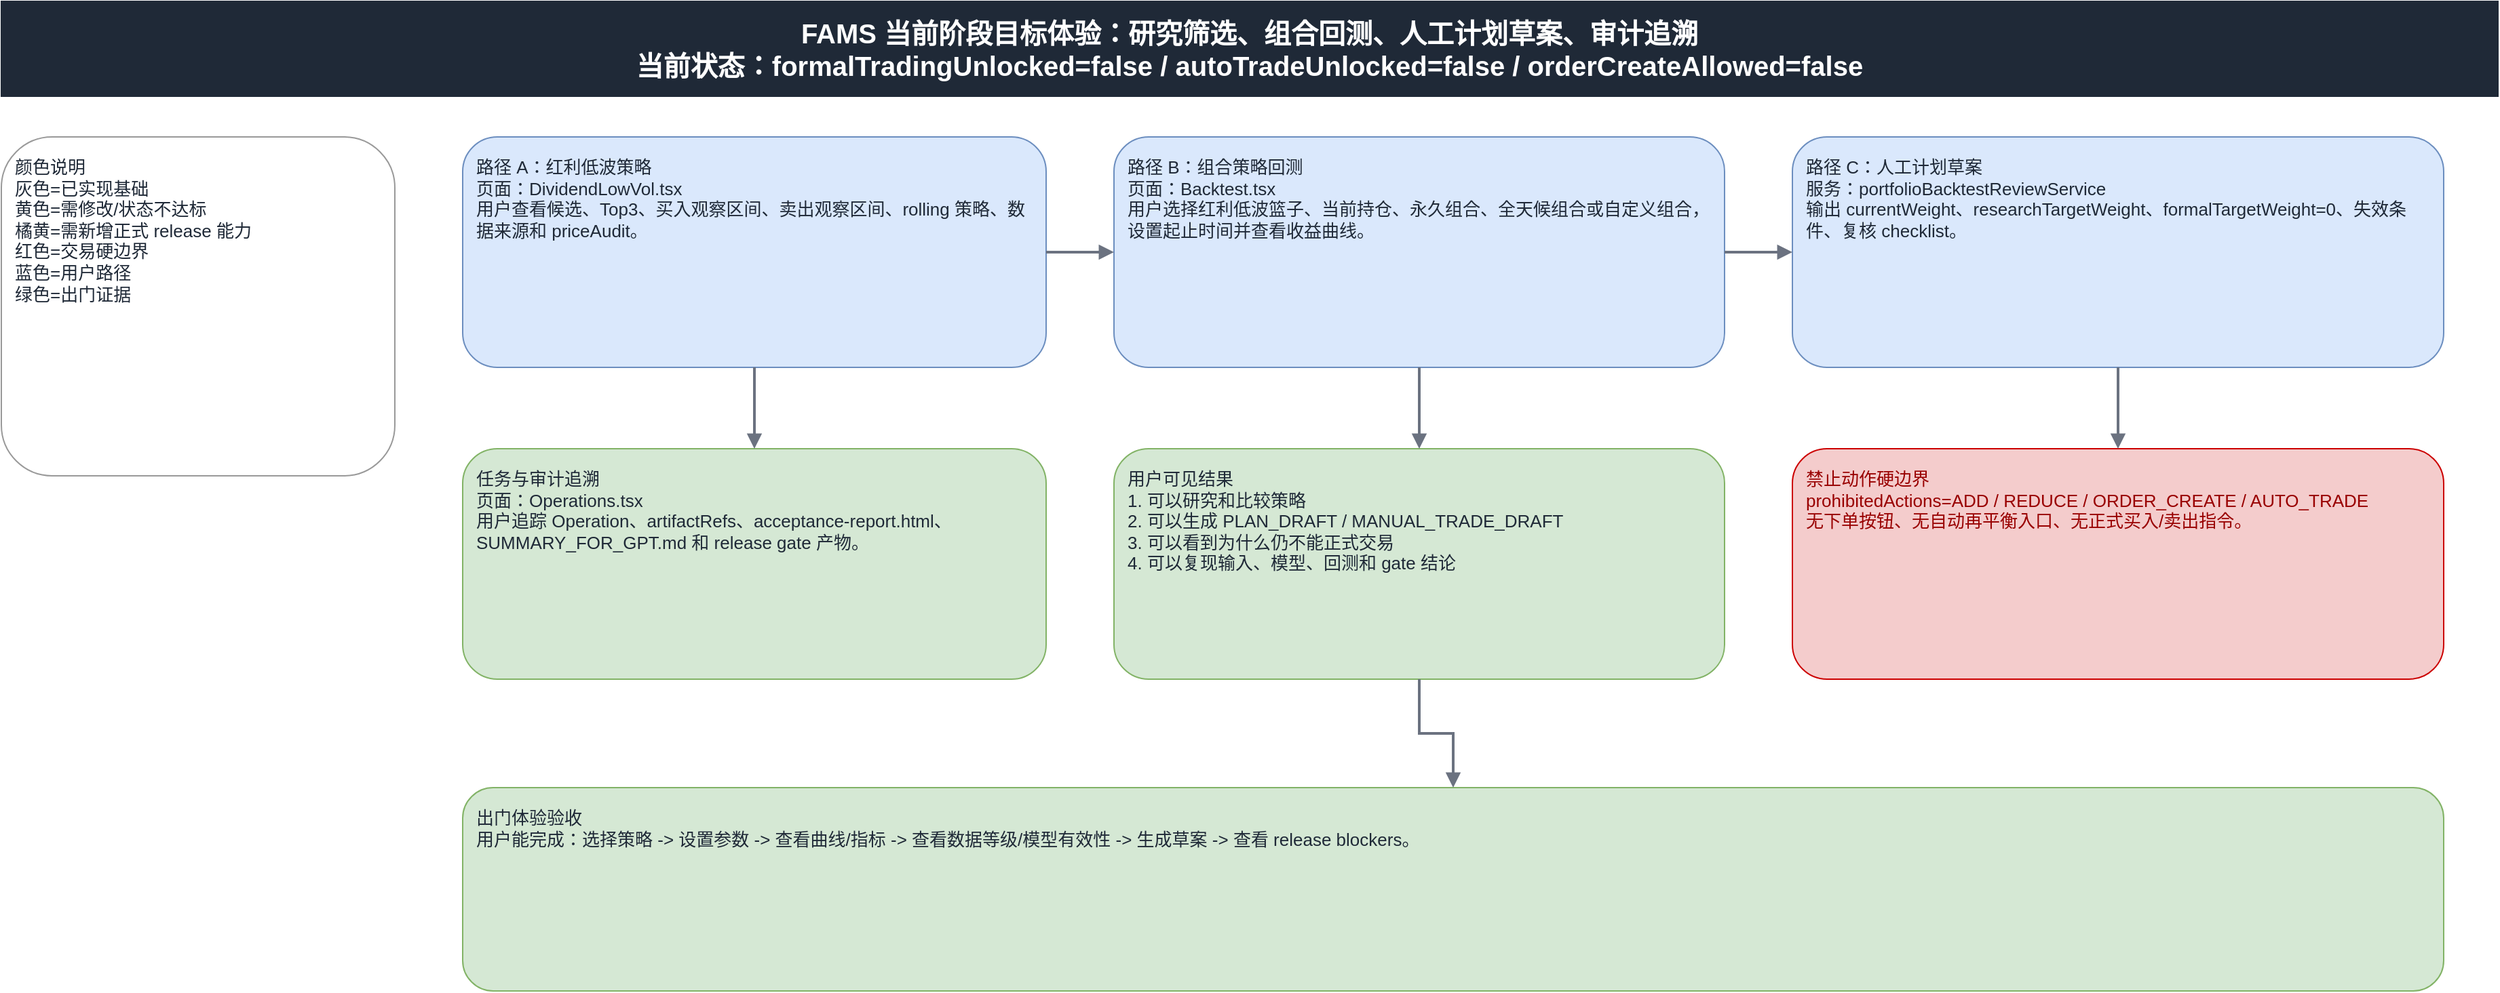
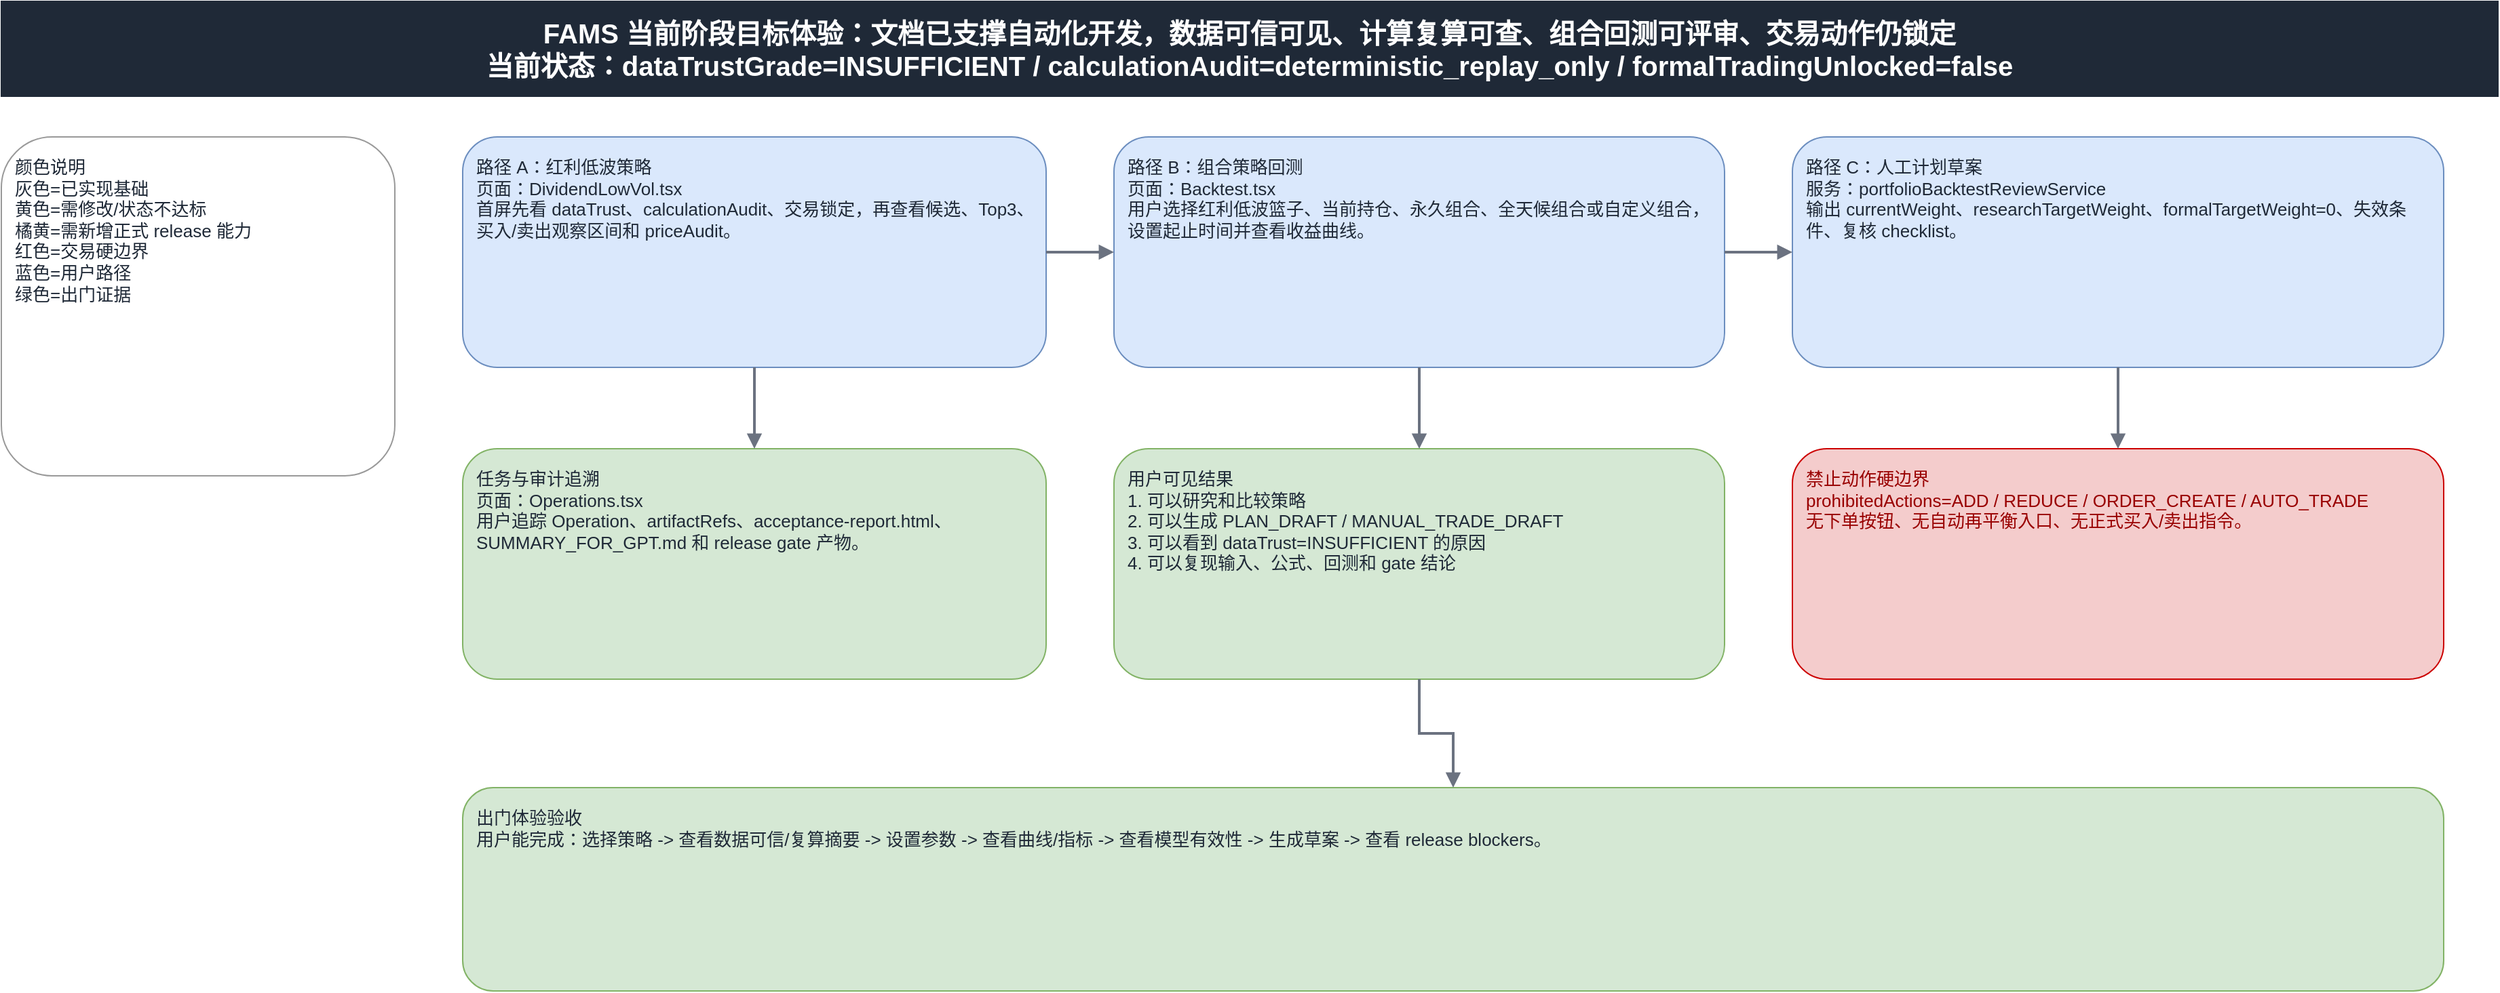
<mxfile host="Electron" agent="Codex" pages="7">
  <diagram id="01 目标体验与用户路径" name="01 目标体验与用户路径">
    <mxGraphModel dx="1600" dy="900" grid="1" gridSize="10" guides="1" tooltips="1" connect="1" arrows="1" fold="1" page="1" pageScale="1" pageWidth="1920" pageHeight="1080" math="0" shadow="0">
      <root>
        <mxCell id="0" />
        <mxCell id="1" parent="0" />
-         <mxCell id="01-2" value="FAMS 当前阶段目标体验：研究筛选、组合回测、人工计划草案、审计追溯&#xa;当前状态：formalTradingUnlocked=false / autoTradeUnlocked=false / orderCreateAllowed=false" style="rounded=0;whiteSpace=wrap;html=1;fillColor=#1f2937;strokeColor=#1f2937;fontColor=#ffffff;fontStyle=1;fontSize=20;align=center;verticalAlign=middle;" vertex="1" parent="1">
+         <mxCell id="01-2" value="FAMS 当前阶段目标体验：文档已支撑自动化开发，数据可信可见、计算复算可查、组合回测可评审、交易动作仍锁定&#xa;当前状态：dataTrustGrade=INSUFFICIENT / calculationAudit=deterministic_replay_only / formalTradingUnlocked=false" style="rounded=0;whiteSpace=wrap;html=1;fillColor=#1f2937;strokeColor=#1f2937;fontColor=#ffffff;fontStyle=1;fontSize=20;align=center;verticalAlign=middle;" vertex="1" parent="1">
          <mxGeometry x="40" y="30" width="1840" height="70" as="geometry" />
        </mxCell>
        <mxCell id="01-3" value="颜色说明&#xa;灰色=已实现基础&#xa;黄色=需修改/状态不达标&#xa;橘黄=需新增正式 release 能力&#xa;红色=交易硬边界&#xa;蓝色=用户路径&#xa;绿色=出门证据" style="rounded=1;whiteSpace=wrap;html=1;spacing=10;fontSize=13;align=left;verticalAlign=top;fillColor=#ffffff;strokeColor=#999999;fontColor=#1f2937;" vertex="1" parent="1">
          <mxGeometry x="40" y="130" width="290" height="250" as="geometry" />
        </mxCell>
-         <mxCell id="01-4" value="路径 A：红利低波策略&#xa;页面：DividendLowVol.tsx&#xa;用户查看候选、Top3、买入观察区间、卖出观察区间、rolling 策略、数据来源和 priceAudit。" style="rounded=1;whiteSpace=wrap;html=1;spacing=10;fontSize=13;align=left;verticalAlign=top;fillColor=#dae8fc;strokeColor=#6c8ebf;fontColor=#1f2937;" vertex="1" parent="1">
+         <mxCell id="01-4" value="路径 A：红利低波策略&#xa;页面：DividendLowVol.tsx&#xa;首屏先看 dataTrust、calculationAudit、交易锁定，再查看候选、Top3、买入/卖出观察区间和 priceAudit。" style="rounded=1;whiteSpace=wrap;html=1;spacing=10;fontSize=13;align=left;verticalAlign=top;fillColor=#dae8fc;strokeColor=#6c8ebf;fontColor=#1f2937;" vertex="1" parent="1">
          <mxGeometry x="380" y="130" width="430" height="170" as="geometry" />
        </mxCell>
        <mxCell id="01-5" value="路径 B：组合策略回测&#xa;页面：Backtest.tsx&#xa;用户选择红利低波篮子、当前持仓、永久组合、全天候组合或自定义组合，设置起止时间并查看收益曲线。" style="rounded=1;whiteSpace=wrap;html=1;spacing=10;fontSize=13;align=left;verticalAlign=top;fillColor=#dae8fc;strokeColor=#6c8ebf;fontColor=#1f2937;" vertex="1" parent="1">
          <mxGeometry x="860" y="130" width="450" height="170" as="geometry" />
        </mxCell>
        <mxCell id="01-6" value="路径 C：人工计划草案&#xa;服务：portfolioBacktestReviewService&#xa;输出 currentWeight、researchTargetWeight、formalTargetWeight=0、失效条件、复核 checklist。" style="rounded=1;whiteSpace=wrap;html=1;spacing=10;fontSize=13;align=left;verticalAlign=top;fillColor=#dae8fc;strokeColor=#6c8ebf;fontColor=#1f2937;" vertex="1" parent="1">
          <mxGeometry x="1360" y="130" width="480" height="170" as="geometry" />
        </mxCell>
        <mxCell id="01-7" value="任务与审计追溯&#xa;页面：Operations.tsx&#xa;用户追踪 Operation、artifactRefs、acceptance-report.html、SUMMARY_FOR_GPT.md 和 release gate 产物。" style="rounded=1;whiteSpace=wrap;html=1;spacing=10;fontSize=13;align=left;verticalAlign=top;fillColor=#d5e8d4;strokeColor=#82b366;fontColor=#1f2937;" vertex="1" parent="1">
          <mxGeometry x="380" y="360" width="430" height="170" as="geometry" />
        </mxCell>
-         <mxCell id="01-8" value="用户可见结果&#xa;1. 可以研究和比较策略&#xa;2. 可以生成 PLAN_DRAFT / MANUAL_TRADE_DRAFT&#xa;3. 可以看到为什么仍不能正式交易&#xa;4. 可以复现输入、模型、回测和 gate 结论" style="rounded=1;whiteSpace=wrap;html=1;spacing=10;fontSize=13;align=left;verticalAlign=top;fillColor=#d5e8d4;strokeColor=#82b366;fontColor=#1f2937;" vertex="1" parent="1">
+         <mxCell id="01-8" value="用户可见结果&#xa;1. 可以研究和比较策略&#xa;2. 可以生成 PLAN_DRAFT / MANUAL_TRADE_DRAFT&#xa;3. 可以看到 dataTrust=INSUFFICIENT 的原因&#xa;4. 可以复现输入、公式、回测和 gate 结论" style="rounded=1;whiteSpace=wrap;html=1;spacing=10;fontSize=13;align=left;verticalAlign=top;fillColor=#d5e8d4;strokeColor=#82b366;fontColor=#1f2937;" vertex="1" parent="1">
          <mxGeometry x="860" y="360" width="450" height="170" as="geometry" />
        </mxCell>
        <mxCell id="01-9" value="禁止动作硬边界&#xa;prohibitedActions=ADD / REDUCE / ORDER_CREATE / AUTO_TRADE&#xa;无下单按钮、无自动再平衡入口、无正式买入/卖出指令。" style="rounded=1;whiteSpace=wrap;html=1;spacing=10;fontSize=13;align=left;verticalAlign=top;fillColor=#f4cccc;strokeColor=#cc0000;fontColor=#990000;" vertex="1" parent="1">
          <mxGeometry x="1360" y="360" width="480" height="170" as="geometry" />
        </mxCell>
-         <mxCell id="01-10" value="出门体验验收&#xa;用户能完成：选择策略 -&gt; 设置参数 -&gt; 查看曲线/指标 -&gt; 查看数据等级/模型有效性 -&gt; 生成草案 -&gt; 查看 release blockers。" style="rounded=1;whiteSpace=wrap;html=1;spacing=10;fontSize=13;align=left;verticalAlign=top;fillColor=#d5e8d4;strokeColor=#82b366;fontColor=#1f2937;" vertex="1" parent="1">
+         <mxCell id="01-10" value="出门体验验收&#xa;用户能完成：选择策略 -&gt; 查看数据可信/复算摘要 -&gt; 设置参数 -&gt; 查看曲线/指标 -&gt; 查看模型有效性 -&gt; 生成草案 -&gt; 查看 release blockers。" style="rounded=1;whiteSpace=wrap;html=1;spacing=10;fontSize=13;align=left;verticalAlign=top;fillColor=#d5e8d4;strokeColor=#82b366;fontColor=#1f2937;" vertex="1" parent="1">
          <mxGeometry x="380" y="610" width="1460" height="150" as="geometry" />
        </mxCell>
        <mxCell id="01-e11" value="" style="edgeStyle=orthogonalEdgeStyle;rounded=0;orthogonalLoop=1;jettySize=auto;html=1;strokeColor=#6b7280;strokeWidth=2;endArrow=block;endFill=1;" edge="1" parent="1" source="01-4" target="01-5">
          <mxGeometry relative="1" as="geometry" />
        </mxCell>
        <mxCell id="01-e12" value="" style="edgeStyle=orthogonalEdgeStyle;rounded=0;orthogonalLoop=1;jettySize=auto;html=1;strokeColor=#6b7280;strokeWidth=2;endArrow=block;endFill=1;" edge="1" parent="1" source="01-5" target="01-6">
          <mxGeometry relative="1" as="geometry" />
        </mxCell>
        <mxCell id="01-e13" value="" style="edgeStyle=orthogonalEdgeStyle;rounded=0;orthogonalLoop=1;jettySize=auto;html=1;strokeColor=#6b7280;strokeWidth=2;endArrow=block;endFill=1;" edge="1" parent="1" source="01-6" target="01-9">
          <mxGeometry relative="1" as="geometry" />
        </mxCell>
        <mxCell id="01-e14" value="" style="edgeStyle=orthogonalEdgeStyle;rounded=0;orthogonalLoop=1;jettySize=auto;html=1;strokeColor=#6b7280;strokeWidth=2;endArrow=block;endFill=1;" edge="1" parent="1" source="01-4" target="01-7">
          <mxGeometry relative="1" as="geometry" />
        </mxCell>
        <mxCell id="01-e15" value="" style="edgeStyle=orthogonalEdgeStyle;rounded=0;orthogonalLoop=1;jettySize=auto;html=1;strokeColor=#6b7280;strokeWidth=2;endArrow=block;endFill=1;" edge="1" parent="1" source="01-5" target="01-8">
          <mxGeometry relative="1" as="geometry" />
        </mxCell>
        <mxCell id="01-e16" value="" style="edgeStyle=orthogonalEdgeStyle;rounded=0;orthogonalLoop=1;jettySize=auto;html=1;strokeColor=#6b7280;strokeWidth=2;endArrow=block;endFill=1;" edge="1" parent="1" source="01-8" target="01-10">
          <mxGeometry relative="1" as="geometry" />
        </mxCell>
      </root>
    </mxGraphModel>
  </diagram>
  <diagram id="02 当前架构与目标架构差异" name="02 当前架构与目标架构差异">
    <mxGraphModel dx="1945" dy="991" grid="1" gridSize="10" guides="1" tooltips="1" connect="1" arrows="1" fold="1" page="1" pageScale="1" pageWidth="1920" pageHeight="1080" math="0" shadow="0">
      <root>
        <mxCell id="0" />
        <mxCell id="1" parent="0" />
-         <mxCell id="02-2" parent="1" style="rounded=0;whiteSpace=wrap;html=1;fillColor=#1f2937;strokeColor=#1f2937;fontColor=#ffffff;fontStyle=1;fontSize=20;align=center;verticalAlign=middle;" value="当前架构与目标架构差异：按真实实现实体展示演进路径与交易硬边界" vertex="1">
+         <mxCell id="02-2" parent="1" style="rounded=0;whiteSpace=wrap;html=1;fillColor=#1f2937;strokeColor=#1f2937;fontColor=#ffffff;fontStyle=1;fontSize=20;align=center;verticalAlign=middle;" value="当前架构与目标架构差异：真实实现实体、数据可信、计算复算、交易硬边界" vertex="1">
          <mxGeometry height="70" width="1840" x="40" y="30" as="geometry" />
        </mxCell>
        <mxCell id="02-legend" parent="1" style="rounded=1;whiteSpace=wrap;html=1;spacing=8;fontSize=11;align=left;verticalAlign=top;fillColor=#ffffff;strokeColor=#999999;fontColor=#1f2937;" value="颜色：灰=已实现基础｜黄=需修改/补齐｜橘=目标新增｜红=禁止绕过｜绿=用户可见出门效果" vertex="1">
          <mxGeometry height="42" width="1800" x="60" y="115" as="geometry" />
        </mxCell>
        <mxCell id="02-h1" parent="1" style="rounded=1;whiteSpace=wrap;html=1;spacing=8;fontSize=14;fontStyle=1;align=center;verticalAlign=middle;fillColor=#f5f5f5;strokeColor=#666666;fontColor=#1f2937;" value="当前已实现&#xa;Current" vertex="1">
          <mxGeometry height="56" width="330" x="60" y="170" as="geometry" />
        </mxCell>
        <mxCell id="02-h2" parent="1" style="rounded=1;whiteSpace=wrap;html=1;spacing=8;fontSize=14;fontStyle=1;align=center;verticalAlign=middle;fillColor=#fff2cc;strokeColor=#d6b656;fontColor=#1f2937;" value="需修改/补齐&#xa;Change" vertex="1">
          <mxGeometry height="56" width="330" x="455" y="170" as="geometry" />
        </mxCell>
        <mxCell id="02-h3" parent="1" style="rounded=1;whiteSpace=wrap;html=1;spacing=8;fontSize=14;fontStyle=1;align=center;verticalAlign=middle;fillColor=#ffe6cc;strokeColor=#d79b00;fontColor=#1f2937;" value="目标新增能力&#xa;Target" vertex="1">
          <mxGeometry height="56" width="330" x="850" y="170" as="geometry" />
        </mxCell>
        <mxCell id="02-h4" parent="1" style="rounded=1;whiteSpace=wrap;html=1;spacing=8;fontSize=14;fontStyle=1;align=center;verticalAlign=middle;fillColor=#f4cccc;strokeColor=#cc0000;fontColor=#990000;" value="不可绕过边界&#xa;Boundary" vertex="1">
          <mxGeometry height="56" width="330" x="1245" y="170" as="geometry" />
        </mxCell>
        <mxCell id="02-h5" parent="1" style="rounded=1;whiteSpace=wrap;html=1;spacing=8;fontSize=14;fontStyle=1;align=center;verticalAlign=middle;fillColor=#d5e8d4;strokeColor=#82b366;fontColor=#1f2937;" value="用户出门体验&#xa;Outcome" vertex="1">
          <mxGeometry height="56" width="220" x="1640" y="170" as="geometry" />
        </mxCell>
        <mxCell id="02-front-c" parent="1" style="rounded=1;whiteSpace=wrap;html=1;spacing=8;fontSize=11;align=left;verticalAlign=top;fillColor=#f5f5f5;strokeColor=#666666;fontColor=#1f2937;" value="前端页面&#xa;DividendLowVol.tsx&#xa;Backtest.tsx&#xa;Operations.tsx&#xa;Analysis.tsx" vertex="1">
          <mxGeometry height="105" width="330" x="60" y="240" as="geometry" />
        </mxCell>
-         <mxCell id="02-front-m" parent="1" style="rounded=1;whiteSpace=wrap;html=1;spacing=8;fontSize=11;align=left;verticalAlign=top;fillColor=#fff2cc;strokeColor=#d6b656;fontColor=#1f2937;" value="前端展示补齐&#xa;1年/3年/5年/自定义区间&#xa;dataGrade / modelEffectiveness&#xa;manualPlanDraft / blockers&#xa;priceAudit freshness" vertex="1">
+         <mxCell id="02-front-m" parent="1" style="rounded=1;whiteSpace=wrap;html=1;spacing=8;fontSize=11;align=left;verticalAlign=top;fillColor=#fff2cc;strokeColor=#d6b656;fontColor=#1f2937;" value="前端展示补齐&#xa;首屏摘要：dataTrust / calculationAudit&#xa;1年/3年/5年/自定义区间&#xa;modelEffectiveness / blockers&#xa;priceAudit freshness" vertex="1">
          <mxGeometry height="105" width="330" x="455" y="240" as="geometry" />
        </mxCell>
        <mxCell id="02-front-t" parent="1" style="rounded=1;whiteSpace=wrap;html=1;spacing=8;fontSize=11;align=left;verticalAlign=top;fillColor=#ffe6cc;strokeColor=#d79b00;fontColor=#1f2937;" value="长周期回测与正式评审摘要区&#xa;Backtest 多区间曲线&#xa;DividendLowVol provider/benchmark 状态&#xa;Operations audit package 入口" vertex="1">
          <mxGeometry height="105" width="330" x="850" y="240" as="geometry" />
        </mxCell>
        <mxCell id="02-front-b" parent="1" style="rounded=1;whiteSpace=wrap;html=1;spacing=8;fontSize=11;align=left;verticalAlign=top;fillColor=#f4cccc;strokeColor=#cc0000;fontColor=#990000;" value="无下单按钮&#xa;无自动再平衡入口&#xa;无正式买入/卖出文案" vertex="1">
          <mxGeometry height="105" width="330" x="1245" y="240" as="geometry" />
        </mxCell>
-         <mxCell id="02-front-o" parent="1" style="rounded=1;whiteSpace=wrap;html=1;spacing=8;fontSize=11;align=left;verticalAlign=top;fillColor=#d5e8d4;strokeColor=#82b366;fontColor=#1f2937;" value="用户看到候选、1/3/5年曲线、区间、数据等级、验证状态和阻断原因" vertex="1">
+         <mxCell id="02-front-o" parent="1" style="rounded=1;whiteSpace=wrap;html=1;spacing=8;fontSize=11;align=left;verticalAlign=top;fillColor=#d5e8d4;strokeColor=#82b366;fontColor=#1f2937;" value="用户看到候选、曲线、区间、数据可信、复算状态、验证状态和阻断原因" vertex="1">
          <mxGeometry height="105" width="220" x="1640" y="240" as="geometry" />
        </mxCell>
        <mxCell id="02-e-front-1" edge="1" parent="1" source="02-front-c" style="edgeStyle=orthogonalEdgeStyle;rounded=0;orthogonalLoop=1;jettySize=auto;html=1;strokeColor=#6b7280;strokeWidth=2;endArrow=block;endFill=1;" target="02-front-m" value="演进">
          <mxGeometry relative="1" as="geometry" />
        </mxCell>
        <mxCell id="02-e-front-2" edge="1" parent="1" source="02-front-m" style="edgeStyle=orthogonalEdgeStyle;rounded=0;orthogonalLoop=1;jettySize=auto;html=1;strokeColor=#6b7280;strokeWidth=2;endArrow=block;endFill=1;" target="02-front-t" value="补齐">
          <mxGeometry relative="1" as="geometry" />
        </mxCell>
        <mxCell id="02-e-front-3" edge="1" parent="1" source="02-front-t" style="edgeStyle=orthogonalEdgeStyle;rounded=0;orthogonalLoop=1;jettySize=auto;html=1;strokeColor=#b45309;strokeWidth=2;dashed=1;endArrow=block;endFill=1;" target="02-front-b" value="受控">
          <mxGeometry relative="1" as="geometry" />
        </mxCell>
        <mxCell id="02-e-front-4" edge="1" parent="1" source="02-front-b" style="edgeStyle=orthogonalEdgeStyle;rounded=0;orthogonalLoop=1;jettySize=auto;html=1;strokeColor=#6b7280;strokeWidth=2;endArrow=block;endFill=1;" target="02-front-o" value="展示">
          <mxGeometry relative="1" as="geometry" />
        </mxCell>
        <mxCell id="02-api-c" parent="1" style="rounded=1;whiteSpace=wrap;html=1;spacing=8;fontSize=11;align=left;verticalAlign=top;fillColor=#f5f5f5;strokeColor=#666666;fontColor=#1f2937;" value="API 路由&#xa;strategy.ts&#xa;portfolioBacktest.ts&#xa;operation.ts&#xa;analysis/fivd-r routes" vertex="1">
          <mxGeometry height="105" width="330" x="60" y="355" as="geometry" />
        </mxCell>
-         <mxCell id="02-api-m" parent="1" style="rounded=1;whiteSpace=wrap;html=1;spacing=8;fontSize=11;align=left;verticalAlign=top;fillColor=#fff2cc;strokeColor=#d6b656;fontColor=#1f2937;" value="响应契约补齐&#xa;readinessSummary&#xa;releaseGateAudit&#xa;canCreateOrder=false" vertex="1">
+         <mxCell id="02-api-m" parent="1" style="rounded=1;whiteSpace=wrap;html=1;spacing=8;fontSize=11;align=left;verticalAlign=top;fillColor=#fff2cc;strokeColor=#d6b656;fontColor=#1f2937;" value="响应契约补齐&#xa;readinessSummary&#xa;dataTrust / calculationAudit&#xa;releaseGateAudit&#xa;canCreateOrder=false" vertex="1">
          <mxGeometry height="105" width="330" x="455" y="355" as="geometry" />
        </mxCell>
        <mxCell id="02-api-t" parent="1" style="rounded=1;whiteSpace=wrap;html=1;spacing=8;fontSize=11;align=left;verticalAlign=top;fillColor=#ffe6cc;strokeColor=#d79b00;fontColor=#1f2937;" value="Release review API 契约&#xa;provider/benchmark/validation/signoff 状态聚合&#xa;artifactRefs 可追溯" vertex="1">
          <mxGeometry height="105" width="330" x="850" y="355" as="geometry" />
        </mxCell>
        <mxCell id="02-api-b" parent="1" style="rounded=1;whiteSpace=wrap;html=1;spacing=8;fontSize=11;align=left;verticalAlign=top;fillColor=#f4cccc;strokeColor=#cc0000;fontColor=#990000;" value="/reviews 只保存审计&#xa;不得创建 ORDER_CREATE&#xa;不得绕过 operation artifact" vertex="1">
          <mxGeometry height="105" width="330" x="1245" y="355" as="geometry" />
        </mxCell>
        <mxCell id="02-api-o" parent="1" style="rounded=1;whiteSpace=wrap;html=1;spacing=8;fontSize=11;align=left;verticalAlign=top;fillColor=#d5e8d4;strokeColor=#82b366;fontColor=#1f2937;" value="用户每次回测和草案都有可追溯结果" vertex="1">
          <mxGeometry height="105" width="220" x="1640" y="355" as="geometry" />
        </mxCell>
        <mxCell id="02-e-api-1" edge="1" parent="1" source="02-api-c" style="edgeStyle=orthogonalEdgeStyle;rounded=0;orthogonalLoop=1;jettySize=auto;html=1;strokeColor=#6b7280;strokeWidth=2;endArrow=block;endFill=1;" target="02-api-m" value="演进">
          <mxGeometry relative="1" as="geometry" />
        </mxCell>
        <mxCell id="02-e-api-2" edge="1" parent="1" source="02-api-m" style="edgeStyle=orthogonalEdgeStyle;rounded=0;orthogonalLoop=1;jettySize=auto;html=1;strokeColor=#6b7280;strokeWidth=2;endArrow=block;endFill=1;" target="02-api-t" value="补齐">
          <mxGeometry relative="1" as="geometry" />
        </mxCell>
        <mxCell id="02-e-api-3" edge="1" parent="1" source="02-api-t" style="edgeStyle=orthogonalEdgeStyle;rounded=0;orthogonalLoop=1;jettySize=auto;html=1;strokeColor=#b45309;strokeWidth=2;dashed=1;endArrow=block;endFill=1;" target="02-api-b" value="受控">
          <mxGeometry relative="1" as="geometry" />
        </mxCell>
        <mxCell id="02-e-api-4" edge="1" parent="1" source="02-api-b" style="edgeStyle=orthogonalEdgeStyle;rounded=0;orthogonalLoop=1;jettySize=auto;html=1;strokeColor=#6b7280;strokeWidth=2;endArrow=block;endFill=1;" target="02-api-o" value="展示">
          <mxGeometry relative="1" as="geometry" />
        </mxCell>
-         <mxCell id="02-svc-c" parent="1" style="rounded=1;whiteSpace=wrap;html=1;spacing=8;fontSize=11;align=left;verticalAlign=top;fillColor=#f5f5f5;strokeColor=#666666;fontColor=#1f2937;" value="服务模块&#xa;dividendLowVolStrategyService&#xa;dividendLowVolTradingZoneService&#xa;PortfolioBacktestEngine&#xa;portfolioBacktestReviewService" vertex="1">
+         <mxCell id="02-svc-c" parent="1" style="rounded=1;whiteSpace=wrap;html=1;spacing=8;fontSize=11;align=left;verticalAlign=top;fillColor=#f5f5f5;strokeColor=#666666;fontColor=#1f2937;" value="服务模块&#xa;dividendLowVolDataReadinessService&#xa;dividendLowVolStrategyService&#xa;dividendLowVolTradingZoneService&#xa;PortfolioBacktestEngine&#xa;portfolioBacktestReviewService" vertex="1">
          <mxGeometry height="105" width="330" x="60" y="470" as="geometry" />
        </mxCell>
        <mxCell id="02-svc-m" parent="1" style="rounded=1;whiteSpace=wrap;html=1;spacing=8;fontSize=11;align=left;verticalAlign=top;fillColor=#fff2cc;strokeColor=#d6b656;fontColor=#1f2937;" value="服务输出补齐&#xa;dataGovernanceAudit&#xa;benchmarkQualificationAudit&#xa;formalValidationAudit&#xa;manualSignoffAudit" vertex="1">
          <mxGeometry height="105" width="330" x="455" y="470" as="geometry" />
        </mxCell>
        <mxCell id="02-svc-t" parent="1" style="rounded=1;whiteSpace=wrap;html=1;spacing=8;fontSize=11;align=left;verticalAlign=top;fillColor=#ffe6cc;strokeColor=#d79b00;fontColor=#1f2937;" value="新增/目标服务&#xa;LongHorizonPortfolioBacktestAcceptance&#xa;FormalDataProviderService&#xa;BenchmarkQualificationService&#xa;FormalValidationService&#xa;ManualSignoffService" vertex="1">
          <mxGeometry height="105" width="330" x="850" y="470" as="geometry" />
        </mxCell>
        <mxCell id="02-svc-b" parent="1" style="rounded=1;whiteSpace=wrap;html=1;spacing=8;fontSize=11;align=left;verticalAlign=top;fillColor=#f4cccc;strokeColor=#cc0000;fontColor=#990000;" value="不得新增绕过 reviewService 的交易路径&#xa;formalTargetWeightPercent=0 直到 gate 通过" vertex="1">
          <mxGeometry height="105" width="330" x="1245" y="470" as="geometry" />
        </mxCell>
        <mxCell id="02-svc-o" parent="1" style="rounded=1;whiteSpace=wrap;html=1;spacing=8;fontSize=11;align=left;verticalAlign=top;fillColor=#d5e8d4;strokeColor=#82b366;fontColor=#1f2937;" value="用户能理解每个策略为什么可评审或被阻断" vertex="1">
          <mxGeometry height="105" width="220" x="1640" y="470" as="geometry" />
        </mxCell>
        <mxCell id="02-e-svc-1" edge="1" parent="1" source="02-svc-c" style="edgeStyle=orthogonalEdgeStyle;rounded=0;orthogonalLoop=1;jettySize=auto;html=1;strokeColor=#6b7280;strokeWidth=2;endArrow=block;endFill=1;" target="02-svc-m" value="演进">
          <mxGeometry relative="1" as="geometry" />
        </mxCell>
        <mxCell id="02-e-svc-2" edge="1" parent="1" source="02-svc-m" style="edgeStyle=orthogonalEdgeStyle;rounded=0;orthogonalLoop=1;jettySize=auto;html=1;strokeColor=#6b7280;strokeWidth=2;endArrow=block;endFill=1;" target="02-svc-t" value="补齐">
          <mxGeometry relative="1" as="geometry" />
        </mxCell>
        <mxCell id="02-e-svc-3" edge="1" parent="1" source="02-svc-t" style="edgeStyle=orthogonalEdgeStyle;rounded=0;orthogonalLoop=1;jettySize=auto;html=1;strokeColor=#b45309;strokeWidth=2;dashed=1;endArrow=block;endFill=1;" target="02-svc-b" value="受控">
          <mxGeometry relative="1" as="geometry" />
        </mxCell>
        <mxCell id="02-e-svc-4" edge="1" parent="1" source="02-svc-b" style="edgeStyle=orthogonalEdgeStyle;rounded=0;orthogonalLoop=1;jettySize=auto;html=1;strokeColor=#6b7280;strokeWidth=2;endArrow=block;endFill=1;" target="02-svc-o" value="展示">
          <mxGeometry relative="1" as="geometry" />
        </mxCell>
        <mxCell id="02-data-c" parent="1" style="rounded=1;whiteSpace=wrap;html=1;spacing=8;fontSize=11;align=left;verticalAlign=top;fillColor=#f5f5f5;strokeColor=#666666;fontColor=#1f2937;" value="数据与缓存&#xa;SQLite/Prisma&#xa;DividendLowVolDaily&#xa;market_bar_canonical&#xa;market_tradeability_daily&#xa;free-source benchmark" vertex="1">
          <mxGeometry height="105" width="330" x="60" y="585" as="geometry" />
        </mxCell>
-         <mxCell id="02-data-m" parent="1" style="rounded=1;whiteSpace=wrap;html=1;spacing=8;fontSize=11;align=left;verticalAlign=top;fillColor=#fff2cc;strokeColor=#d6b656;fontColor=#1f2937;" value="数据治理补齐&#xa;字段级 sourceProvider&#xa;asOfDate / fetchedAt&#xa;freshness / coverage&#xa;crossCheckStatus" vertex="1">
+         <mxCell id="02-data-m" parent="1" style="rounded=1;whiteSpace=wrap;html=1;spacing=8;fontSize=11;align=left;verticalAlign=top;fillColor=#fff2cc;strokeColor=#d6b656;fontColor=#1f2937;" value="数据治理补齐&#xa;字段级 sourceProvider&#xa;asOfDate / fetchedAt&#xa;freshness / coverage&#xa;crossCheckStatus&#xa;dataTrustGrade" vertex="1">
          <mxGeometry height="105" width="330" x="455" y="585" as="geometry" />
        </mxCell>
        <mxCell id="02-data-t" parent="1" style="rounded=1;whiteSpace=wrap;html=1;spacing=8;fontSize=11;align=left;verticalAlign=top;fillColor=#ffe6cc;strokeColor=#d79b00;fontColor=#1f2937;" value="目标数据源&#xa;1年/3年/5年真实行情覆盖&#xa;official_authorized provider&#xa;official/可信 total-return benchmark&#xa;formal tradeability constraints" vertex="1">
          <mxGeometry height="105" width="330" x="850" y="585" as="geometry" />
        </mxCell>
        <mxCell id="02-data-b" parent="1" style="rounded=1;whiteSpace=wrap;html=1;spacing=8;fontSize=11;align=left;verticalAlign=top;fillColor=#f4cccc;strokeColor=#cc0000;fontColor=#990000;" value="free source 只能 research/fallback&#xa;proxy benchmark 不得当 formal benchmark" vertex="1">
          <mxGeometry height="105" width="330" x="1245" y="585" as="geometry" />
        </mxCell>
-         <mxCell id="02-data-o" parent="1" style="rounded=1;whiteSpace=wrap;html=1;spacing=8;fontSize=11;align=left;verticalAlign=top;fillColor=#d5e8d4;strokeColor=#82b366;fontColor=#1f2937;" value="用户看到数据来源、更新时间、覆盖率和缺口" vertex="1">
+         <mxCell id="02-data-o" parent="1" style="rounded=1;whiteSpace=wrap;html=1;spacing=8;fontSize=11;align=left;verticalAlign=top;fillColor=#d5e8d4;strokeColor=#82b366;fontColor=#1f2937;" value="用户看到数据来源、更新时间、覆盖率、可信等级和缺口" vertex="1">
          <mxGeometry height="105" width="220" x="1640" y="585" as="geometry" />
        </mxCell>
        <mxCell id="02-e-data-1" edge="1" parent="1" source="02-data-c" style="edgeStyle=orthogonalEdgeStyle;rounded=0;orthogonalLoop=1;jettySize=auto;html=1;strokeColor=#6b7280;strokeWidth=2;endArrow=block;endFill=1;" target="02-data-m" value="演进">
          <mxGeometry relative="1" as="geometry" />
        </mxCell>
        <mxCell id="02-e-data-2" edge="1" parent="1" source="02-data-m" style="edgeStyle=orthogonalEdgeStyle;rounded=0;orthogonalLoop=1;jettySize=auto;html=1;strokeColor=#6b7280;strokeWidth=2;endArrow=block;endFill=1;" target="02-data-t" value="补齐">
          <mxGeometry relative="1" as="geometry" />
        </mxCell>
        <mxCell id="02-e-data-3" edge="1" parent="1" source="02-data-t" style="edgeStyle=orthogonalEdgeStyle;rounded=0;orthogonalLoop=1;jettySize=auto;html=1;strokeColor=#b45309;strokeWidth=2;dashed=1;endArrow=block;endFill=1;" target="02-data-b" value="受控">
          <mxGeometry relative="1" as="geometry" />
        </mxCell>
        <mxCell id="02-e-data-4" edge="1" parent="1" source="02-data-b" style="edgeStyle=orthogonalEdgeStyle;rounded=0;orthogonalLoop=1;jettySize=auto;html=1;strokeColor=#6b7280;strokeWidth=2;endArrow=block;endFill=1;" target="02-data-o" value="展示">
          <mxGeometry relative="1" as="geometry" />
        </mxCell>
-         <mxCell id="02-audit-c" parent="1" style="rounded=1;whiteSpace=wrap;html=1;spacing=8;fontSize=11;align=left;verticalAlign=top;fillColor=#f5f5f5;strokeColor=#666666;fontColor=#1f2937;" value="审计产物&#xa;09 data grade&#xa;10 model effectiveness&#xa;11 manual plan draft&#xa;12 unlock blockers&#xa;acceptance-report.html" vertex="1">
+         <mxCell id="02-audit-c" parent="1" style="rounded=1;whiteSpace=wrap;html=1;spacing=8;fontSize=11;align=left;verticalAlign=top;fillColor=#f5f5f5;strokeColor=#666666;fontColor=#1f2937;" value="审计产物&#xa;09 data grade / data trust&#xa;10 model effectiveness / calculation audit&#xa;11 manual plan draft&#xa;12 unlock blockers&#xa;acceptance-report.html" vertex="1">
          <mxGeometry height="105" width="330" x="60" y="700" as="geometry" />
        </mxCell>
        <mxCell id="02-audit-m" parent="1" style="rounded=1;whiteSpace=wrap;html=1;spacing=8;fontSize=11;align=left;verticalAlign=top;fillColor=#fff2cc;strokeColor=#d6b656;fontColor=#1f2937;" value="审计口径统一&#xa;状态词典一致&#xa;blocked/warning/missing 不得升级 passed&#xa;SUMMARY_FOR_GPT 可独立复核" vertex="1">
          <mxGeometry height="105" width="330" x="455" y="700" as="geometry" />
        </mxCell>
        <mxCell id="02-audit-t" parent="1" style="rounded=1;whiteSpace=wrap;html=1;spacing=8;fontSize=11;align=left;verticalAlign=top;fillColor=#ffe6cc;strokeColor=#d79b00;fontColor=#1f2937;" value="Release 审计 13-18&#xa;13 execution isolation&#xa;14 release gate&#xa;15 data governance&#xa;16 benchmark qualification&#xa;17 formal validation&#xa;18 manual signoff" vertex="1">
          <mxGeometry height="105" width="330" x="850" y="700" as="geometry" />
        </mxCell>
        <mxCell id="02-audit-b" parent="1" style="rounded=1;whiteSpace=wrap;html=1;spacing=8;fontSize=11;align=left;verticalAlign=top;fillColor=#f4cccc;strokeColor=#cc0000;fontColor=#990000;" value="ReleaseGateStatus=blocked 时&#xa;formalTradingUnlocked=false&#xa;autoTradeUnlocked=false&#xa;orderCreateAllowed=false" vertex="1">
          <mxGeometry height="105" width="330" x="1245" y="700" as="geometry" />
        </mxCell>
        <mxCell id="02-audit-o" parent="1" style="rounded=1;whiteSpace=wrap;html=1;spacing=8;fontSize=11;align=left;verticalAlign=top;fillColor=#d5e8d4;strokeColor=#82b366;fontColor=#1f2937;" value="用户通过一个报告判断当前能做什么、还缺什么" vertex="1">
          <mxGeometry height="105" width="220" x="1640" y="700" as="geometry" />
        </mxCell>
        <mxCell id="02-e-audit-1" edge="1" parent="1" source="02-audit-c" style="edgeStyle=orthogonalEdgeStyle;rounded=0;orthogonalLoop=1;jettySize=auto;html=1;strokeColor=#6b7280;strokeWidth=2;endArrow=block;endFill=1;" target="02-audit-m" value="演进">
          <mxGeometry relative="1" as="geometry" />
        </mxCell>
        <mxCell id="02-e-audit-2" edge="1" parent="1" source="02-audit-m" style="edgeStyle=orthogonalEdgeStyle;rounded=0;orthogonalLoop=1;jettySize=auto;html=1;strokeColor=#6b7280;strokeWidth=2;endArrow=block;endFill=1;" target="02-audit-t" value="补齐">
          <mxGeometry relative="1" as="geometry" />
        </mxCell>
        <mxCell id="02-e-audit-3" edge="1" parent="1" source="02-audit-t" style="edgeStyle=orthogonalEdgeStyle;rounded=0;orthogonalLoop=1;jettySize=auto;html=1;strokeColor=#b45309;strokeWidth=2;dashed=1;endArrow=block;endFill=1;" target="02-audit-b" value="受控">
          <mxGeometry relative="1" as="geometry" />
        </mxCell>
        <mxCell id="02-e-audit-4" edge="1" parent="1" source="02-audit-b" style="edgeStyle=orthogonalEdgeStyle;rounded=0;orthogonalLoop=1;jettySize=auto;html=1;strokeColor=#6b7280;strokeWidth=2;endArrow=block;endFill=1;" target="02-audit-o" value="展示">
          <mxGeometry relative="1" as="geometry" />
        </mxCell>
        <mxCell id="02-bottom" parent="1" style="rounded=1;whiteSpace=wrap;html=1;spacing=8;fontSize=11;align=left;verticalAlign=top;fillColor=#dae8fc;strokeColor=#6c8ebf;fontColor=#1f2937;" value="核心架构决策：沿用现有 React/Vite + Fastify + Prisma/SQLite + Operation artifact 的模块化单体，不新增绕过 portfolioBacktestReviewService、Operation artifact、trade gate contract 的下单路径。目标架构是在同一链路上补齐正式数据、正式 benchmark、formal validation、人工签核和 release gate。" vertex="1">
          <mxGeometry height="120" width="1800" x="60" y="835" as="geometry" />
        </mxCell>
      </root>
    </mxGraphModel>
  </diagram>
-   <diagram id="03 长周期组合回测目标架构" name="03 长周期组合回测目标架构">
+   <diagram id="03 数据可信与计算复算架构" name="03 数据可信与计算复算架构">
    <mxGraphModel dx="1600" dy="900" grid="1" gridSize="10" guides="1" tooltips="1" connect="1" arrows="1" fold="1" page="1" pageScale="1" pageWidth="1920" pageHeight="1080" math="0" shadow="0">
      <root>
        <mxCell id="0" />
        <mxCell id="1" parent="0" />
-         <mxCell id="03-2" value="长周期组合回测目标架构：1年 / 3年 / 5年 / 自定义区间真实数据验证路径" style="rounded=0;whiteSpace=wrap;html=1;fillColor=#1f2937;strokeColor=#1f2937;fontColor=#ffffff;fontStyle=1;fontSize=20;align=center;verticalAlign=middle;" vertex="1" parent="1">
+         <mxCell id="03-2" value="数据可信与计算复算架构：真实数据覆盖、字段证据、公式复算、交易锁定同步展示" style="rounded=0;whiteSpace=wrap;html=1;fillColor=#1f2937;strokeColor=#1f2937;fontColor=#ffffff;fontStyle=1;fontSize=20;align=center;verticalAlign=middle;" vertex="1" parent="1">
          <mxGeometry x="40" y="30" width="1840" height="70" as="geometry" />
        </mxCell>
-         <mxCell id="03-3" value="前端层&#xa;Backtest.tsx：1年/3年/5年/自定义区间切换、多策略曲线、指标、readiness&#xa;DividendLowVol.tsx：红利篮子入口与区间解释&#xa;Operations.tsx：长周期 artifact 追溯" style="rounded=1;whiteSpace=wrap;html=1;spacing=10;fontSize=13;align=left;verticalAlign=top;fillColor=#f5f5f5;strokeColor=#666666;fontColor=#1f2937;" vertex="1" parent="1">
+         <mxCell id="03-3" value="前端层&#xa;DividendLowVol.tsx：首屏展示 dataTrust、calculationAudit、priceAudit、交易锁定&#xa;Backtest.tsx：多区间曲线旁展示数据可信和复算状态&#xa;Operations.tsx：审计 artifact 追溯" style="rounded=1;whiteSpace=wrap;html=1;spacing=10;fontSize=13;align=left;verticalAlign=top;fillColor=#f5f5f5;strokeColor=#666666;fontColor=#1f2937;" vertex="1" parent="1">
          <mxGeometry x="80" y="140" width="360" height="250" as="geometry" />
        </mxCell>
-         <mxCell id="03-4" value="API 层&#xa;/api/v1/portfolio-backtest/templates&#xa;/api/v1/portfolio-backtest/run&#xa;/api/v1/portfolio-backtest/reviews/:runId&#xa;/api/v1/operations/*&#xa;请求携带 startDate/endDate/benchmarkIds/gradeMode" style="rounded=1;whiteSpace=wrap;html=1;spacing=10;fontSize=13;align=left;verticalAlign=top;fillColor=#f5f5f5;strokeColor=#666666;fontColor=#1f2937;" vertex="1" parent="1">
+         <mxCell id="03-4" value="API 层&#xa;/api/v1/strategy/dividend-low-vol/candidates&#xa;/api/v1/strategy/dividend-low-vol/data-readiness&#xa;/api/v1/portfolio-backtest/run&#xa;/api/v1/operations/*&#xa;响应携带 dataTrust / calculationAudit / releaseGateAudit" style="rounded=1;whiteSpace=wrap;html=1;spacing=10;fontSize=13;align=left;verticalAlign=top;fillColor=#f5f5f5;strokeColor=#666666;fontColor=#1f2937;" vertex="1" parent="1">
          <mxGeometry x="520" y="140" width="360" height="250" as="geometry" />
        </mxCell>
-         <mxCell id="03-5" value="服务层&#xa;PortfolioBacktestInputBuilder：构建红利篮子、当前持仓、永久、全天候、自定义组合&#xa;PortfolioBacktestEngine：1年/3年/5年/custom 已实际 replay&#xa;PortfolioBenchmarkService：benchmark 状态&#xa;LongHorizonPortfolioBacktestAcceptance：覆盖率验收" style="rounded=1;whiteSpace=wrap;html=1;spacing=10;fontSize=13;align=left;verticalAlign=top;fillColor=#fff2cc;strokeColor=#d6b656;fontColor=#1f2937;" vertex="1" parent="1">
+         <mxCell id="03-5" value="服务层&#xa;dividendLowVolDataReadinessService：coverage / freshness / providerMode / blockers&#xa;dividendLowVolStrategyService：候选分数、观察区间、calculationAudit&#xa;PortfolioBacktestEngine：多区间 replay 与指标&#xa;portfolioBacktestReviewService：草案复核与交易锁定" style="rounded=1;whiteSpace=wrap;html=1;spacing=10;fontSize=13;align=left;verticalAlign=top;fillColor=#fff2cc;strokeColor=#d6b656;fontColor=#1f2937;" vertex="1" parent="1">
          <mxGeometry x="960" y="140" width="420" height="250" as="geometry" />
        </mxCell>
-         <mxCell id="03-6" value="数据与缓存层&#xa;market_bar_canonical：长周期收盘价&#xa;market_tradeability_daily：涨跌停/停牌约束&#xa;DividendLowVolDaily：红利篮子与分红收益估算&#xa;portfolio holdings snapshot：当前持仓&#xa;free-source / future official total-return benchmark" style="rounded=1;whiteSpace=wrap;html=1;spacing=10;fontSize=13;align=left;verticalAlign=top;fillColor=#fff2cc;strokeColor=#d6b656;fontColor=#1f2937;" vertex="1" parent="1">
+         <mxCell id="03-6" value="数据与缓存层&#xa;market_bar_canonical：行情覆盖与 latestTradeDate&#xa;market_feature_daily：MA/RSI/波动率等特征 freshness&#xa;market_tradeability_daily：涨跌停/停牌约束&#xa;DividendLowVolDaily：候选快照和分红估算&#xa;free-source / future official provider" style="rounded=1;whiteSpace=wrap;html=1;spacing=10;fontSize=13;align=left;verticalAlign=top;fillColor=#fff2cc;strokeColor=#d6b656;fontColor=#1f2937;" vertex="1" parent="1">
          <mxGeometry x="1460" y="140" width="380" height="250" as="geometry" />
        </mxCell>
-         <mxCell id="03-7" value="审计与 Gate 层&#xa;long_horizon_data_coverage_audit.json&#xa;multi_period_backtest_result.json&#xa;09_data_grade_audit.json&#xa;10_model_effectiveness_audit.json&#xa;13_execution_isolation_audit.json&#xa;14_release_gate_audit.json&#xa;15_data_governance_audit.json&#xa;16_benchmark_qualification_audit.json&#xa;17_formal_validation_audit.json&#xa;18_manual_signoff_audit.json" style="rounded=1;whiteSpace=wrap;html=1;spacing=10;fontSize=13;align=left;verticalAlign=top;fillColor=#f8cecc;strokeColor=#b85450;fontColor=#1f2937;" vertex="1" parent="1">
+         <mxCell id="03-7" value="审计与 Gate 层&#xa;data_readiness_audit.json&#xa;calculation_audit.json&#xa;long_horizon_data_coverage_audit.json&#xa;multi_period_backtest_result.json&#xa;09_data_grade_audit.json&#xa;10_model_effectiveness_audit.json&#xa;14_release_gate_audit.json&#xa;17_formal_validation_audit.json&#xa;18_manual_signoff_audit.json" style="rounded=1;whiteSpace=wrap;html=1;spacing=10;fontSize=13;align=left;verticalAlign=top;fillColor=#f8cecc;strokeColor=#b85450;fontColor=#1f2937;" vertex="1" parent="1">
          <mxGeometry x="520" y="480" width="860" height="320" as="geometry" />
        </mxCell>
-         <mxCell id="03-8" value="当前硬边界&#xa;multiPeriodReplayMaterialized=true&#xa;1年/3年/5年覆盖率=96.43%/95.90%/95.71%&#xa;longHorizonRealDataBacktestReady=true&#xa;formalTradingUnlocked=false / autoTradeUnlocked=false&#xa;canCreateOrder=false / orderCreateAllowed=false" style="rounded=1;whiteSpace=wrap;html=1;spacing=10;fontSize=13;align=left;verticalAlign=top;fillColor=#f4cccc;strokeColor=#cc0000;fontColor=#990000;" vertex="1" parent="1">
+         <mxCell id="03-8" value="当前硬边界&#xa;dataTrustGrade=INSUFFICIENT 时只能研究观察&#xa;calculationAudit 只证明公式复算，不证明模型有效&#xa;multiPeriodReplayMaterialized=true 仍不等于交易 release&#xa;formalTradingUnlocked=false / autoTradeUnlocked=false&#xa;canCreateOrder=false / orderCreateAllowed=false" style="rounded=1;whiteSpace=wrap;html=1;spacing=10;fontSize=13;align=left;verticalAlign=top;fillColor=#f4cccc;strokeColor=#cc0000;fontColor=#990000;" vertex="1" parent="1">
          <mxGeometry x="1460" y="480" width="380" height="220" as="geometry" />
        </mxCell>
        <mxCell id="03-e9" value="" style="edgeStyle=orthogonalEdgeStyle;rounded=0;orthogonalLoop=1;jettySize=auto;html=1;strokeColor=#6b7280;strokeWidth=2;endArrow=block;endFill=1;" edge="1" parent="1" source="03-3" target="03-4">
          <mxGeometry relative="1" as="geometry" />
        </mxCell>
        <mxCell id="03-e10" value="" style="edgeStyle=orthogonalEdgeStyle;rounded=0;orthogonalLoop=1;jettySize=auto;html=1;strokeColor=#6b7280;strokeWidth=2;endArrow=block;endFill=1;" edge="1" parent="1" source="03-4" target="03-5">
          <mxGeometry relative="1" as="geometry" />
        </mxCell>
        <mxCell id="03-e11" value="" style="edgeStyle=orthogonalEdgeStyle;rounded=0;orthogonalLoop=1;jettySize=auto;html=1;strokeColor=#6b7280;strokeWidth=2;endArrow=block;endFill=1;" edge="1" parent="1" source="03-5" target="03-6">
          <mxGeometry relative="1" as="geometry" />
        </mxCell>
        <mxCell id="03-e12" value="" style="edgeStyle=orthogonalEdgeStyle;rounded=0;orthogonalLoop=1;jettySize=auto;html=1;strokeColor=#6b7280;strokeWidth=2;endArrow=block;endFill=1;" edge="1" parent="1" source="03-5" target="03-7">
          <mxGeometry relative="1" as="geometry" />
        </mxCell>
        <mxCell id="03-e13" value="" style="edgeStyle=orthogonalEdgeStyle;rounded=0;orthogonalLoop=1;jettySize=auto;html=1;strokeColor=#6b7280;strokeWidth=2;endArrow=block;endFill=1;" edge="1" parent="1" source="03-7" target="03-8">
          <mxGeometry relative="1" as="geometry" />
        </mxCell>
      </root>
    </mxGraphModel>
  </diagram>
-   <diagram id="04 数据治理与真实数据链路" name="04 数据治理与真实数据链路">
+   <diagram id="04 红利低波与长周期回测路径" name="04 红利低波与长周期回测路径">
    <mxGraphModel dx="1945" dy="991" grid="1" gridSize="10" guides="1" tooltips="1" connect="1" arrows="1" fold="1" page="1" pageScale="1" pageWidth="1920" pageHeight="1080" math="0" shadow="0">
      <root>
        <mxCell id="0" />
        <mxCell id="1" parent="0" />
-         <mxCell id="04-2" parent="1" style="rounded=0;whiteSpace=wrap;html=1;fillColor=#1f2937;strokeColor=#1f2937;fontColor=#ffffff;fontStyle=1;fontSize=20;align=center;verticalAlign=middle;" value="数据治理与真实数据链路：行情、分红、交易约束、benchmark 都必须可追溯" vertex="1">
+         <mxCell id="04-2" parent="1" style="rounded=0;whiteSpace=wrap;html=1;fillColor=#1f2937;strokeColor=#1f2937;fontColor=#ffffff;fontStyle=1;fontSize=20;align=center;verticalAlign=middle;" value="红利低波与长周期回测路径：行情、分红、交易约束、benchmark 都必须可追溯" vertex="1">
          <mxGeometry height="70" width="1840" x="40" y="30" as="geometry" />
        </mxCell>
        <mxCell id="04-3" parent="1" style="rounded=1;whiteSpace=wrap;html=1;spacing=10;fontSize=13;align=left;verticalAlign=top;fillColor=#fff2cc;strokeColor=#d6b656;fontColor=#1f2937;" value="行情数据&#xa;market_bar_canonical&#xa;sourceProvider / tradeDate / fetchedAt&#xa;1年/3年/5年覆盖率&#xa;缺口保持 insufficient" vertex="1">
          <mxGeometry height="210" width="300" x="60" y="150" as="geometry" />
        </mxCell>
        <mxCell id="04-4" parent="1" style="rounded=1;whiteSpace=wrap;html=1;spacing=10;fontSize=13;align=left;verticalAlign=top;fillColor=#fff2cc;strokeColor=#d6b656;fontColor=#1f2937;" value="分红与除权&#xa;DividendLowVolDaily&#xa;dividendContribution&#xa;ex-dividend adjustment&#xa;cash / reinvest 模式&#xa;证据不足时 research_estimated" vertex="1">
          <mxGeometry height="210" width="320" x="430" y="150" as="geometry" />
        </mxCell>
        <mxCell id="04-5" parent="1" style="rounded=1;whiteSpace=wrap;html=1;spacing=10;fontSize=13;align=left;verticalAlign=top;fillColor=#fff2cc;strokeColor=#d6b656;fontColor=#1f2937;" value="交易约束&#xa;market_tradeability_daily&#xa;涨跌停 / 停牌 / 流动性&#xa;coverageStatus / evidenceRefs&#xa;约束不足时不能 formal validation passed" vertex="1">
          <mxGeometry height="210" width="330" x="820" y="150" as="geometry" />
        </mxCell>
        <mxCell id="04-6" parent="1" style="rounded=1;whiteSpace=wrap;html=1;spacing=10;fontSize=13;align=left;verticalAlign=top;fillColor=#ffe6cc;strokeColor=#d79b00;fontColor=#1f2937;" value="Benchmark&#xa;PortfolioBenchmarkService&#xa;formal_total_return&#xa;free_source_total_return&#xa;price_index / research_proxy&#xa;proxy 不得解锁 formal trading" vertex="1">
          <mxGeometry height="210" width="330" x="820" y="435" as="geometry" />
        </mxCell>
        <mxCell id="04-7" parent="1" style="rounded=1;whiteSpace=wrap;html=1;spacing=10;fontSize=13;align=left;verticalAlign=top;fillColor=#ffe6cc;strokeColor=#d79b00;fontColor=#1f2937;" value="字段级治理输出&#xa;sourceProvider&#xa;sourceEndpoint&#xa;asOfDate / fetchedAt&#xa;freshnessStatus&#xa;coverageStatus&#xa;crossCheckStatus&#xa;evidenceRefs" vertex="1">
          <mxGeometry height="240" width="420" x="60" y="760" as="geometry" />
        </mxCell>
-         <mxCell id="04-8" parent="1" style="rounded=1;whiteSpace=wrap;html=1;spacing=10;fontSize=13;align=left;verticalAlign=top;fillColor=#d5e8d4;strokeColor=#82b366;fontColor=#1f2937;" value="用户可见数据等级&#xa;official_authorized&#xa;free_source_cross_checked&#xa;price_index_only&#xa;research_proxy&#xa;insufficient" vertex="1">
+         <mxCell id="04-8" parent="1" style="rounded=1;whiteSpace=wrap;html=1;spacing=10;fontSize=13;align=left;verticalAlign=top;fillColor=#d5e8d4;strokeColor=#82b366;fontColor=#1f2937;" value="用户可见状态&#xa;dataTrustGrade&#xa;calculationAuditStatus&#xa;official_authorized / free_source&#xa;research_proxy / insufficient&#xa;交易锁定原因" vertex="1">
          <mxGeometry height="240" width="390" x="560" y="760" as="geometry" />
        </mxCell>
        <mxCell id="04-9" parent="1" style="rounded=1;whiteSpace=wrap;html=1;spacing=10;fontSize=13;align=left;verticalAlign=top;fillColor=#d5e8d4;strokeColor=#82b366;fontColor=#1f2937;" value="审计产物&#xa;long_horizon_data_coverage_audit.json&#xa;09_data_grade_audit.json&#xa;15_data_governance_audit.json&#xa;16_benchmark_qualification_audit.json" vertex="1">
          <mxGeometry height="240" width="390" x="1030" y="760" as="geometry" />
        </mxCell>
-         <mxCell id="04-10" parent="1" style="rounded=1;whiteSpace=wrap;html=1;spacing=10;fontSize=13;align=left;verticalAlign=top;fillColor=#f4cccc;strokeColor=#cc0000;fontColor=#990000;" value="硬边界&#xa;免费源延迟不能包装成最新&#xa;proxy benchmark 不是 formal benchmark&#xa;字段 insufficient 不得升级 passed&#xa;缺口不得被短窗口替代。" vertex="1">
+         <mxCell id="04-10" parent="1" style="rounded=1;whiteSpace=wrap;html=1;spacing=10;fontSize=13;align=left;verticalAlign=top;fillColor=#f4cccc;strokeColor=#cc0000;fontColor=#990000;" value="硬边界&#xa;免费源延迟不能包装成最新&#xa;proxy benchmark 不是 formal benchmark&#xa;字段 insufficient 不得升级 passed&#xa;复算通过不得包装成模型有效&#xa;缺口不得被短窗口替代。" vertex="1">
          <mxGeometry height="240" width="340" x="1500" y="760" as="geometry" />
        </mxCell>
        <mxCell id="04-e11" edge="1" parent="1" source="04-3" style="edgeStyle=orthogonalEdgeStyle;rounded=0;orthogonalLoop=1;jettySize=auto;html=1;strokeColor=#6b7280;strokeWidth=2;endArrow=block;endFill=1;" target="04-4" value="">
          <mxGeometry relative="1" as="geometry" />
        </mxCell>
        <mxCell id="04-e12" edge="1" parent="1" source="04-4" style="edgeStyle=orthogonalEdgeStyle;rounded=0;orthogonalLoop=1;jettySize=auto;html=1;strokeColor=#6b7280;strokeWidth=2;endArrow=block;endFill=1;" target="04-5" value="">
          <mxGeometry relative="1" as="geometry" />
        </mxCell>
        <mxCell id="04-e13" edge="1" parent="1" source="04-5" style="edgeStyle=orthogonalEdgeStyle;rounded=0;orthogonalLoop=1;jettySize=auto;html=1;strokeColor=#6b7280;strokeWidth=2;endArrow=block;endFill=1;" target="04-6" value="">
          <mxGeometry relative="1" as="geometry" />
        </mxCell>
        <mxCell id="04-e14" edge="1" parent="1" source="04-6" style="edgeStyle=orthogonalEdgeStyle;rounded=0;orthogonalLoop=1;jettySize=auto;html=1;strokeColor=#6b7280;strokeWidth=2;endArrow=block;endFill=1;" target="04-7" value="">
          <mxGeometry relative="1" as="geometry" />
        </mxCell>
        <mxCell id="04-e15" edge="1" parent="1" source="04-7" style="edgeStyle=orthogonalEdgeStyle;rounded=0;orthogonalLoop=1;jettySize=auto;html=1;strokeColor=#6b7280;strokeWidth=2;endArrow=block;endFill=1;" target="04-8" value="">
          <mxGeometry relative="1" as="geometry" />
        </mxCell>
        <mxCell id="04-e16" edge="1" parent="1" source="04-8" style="edgeStyle=orthogonalEdgeStyle;rounded=0;orthogonalLoop=1;jettySize=auto;html=1;strokeColor=#6b7280;strokeWidth=2;endArrow=block;endFill=1;" target="04-9" value="">
          <mxGeometry relative="1" as="geometry" />
        </mxCell>
        <mxCell id="04-e17" edge="1" parent="1" source="04-9" style="edgeStyle=orthogonalEdgeStyle;rounded=0;orthogonalLoop=1;jettySize=auto;html=1;strokeColor=#6b7280;strokeWidth=2;endArrow=block;endFill=1;" target="04-10" value="">
          <mxGeometry relative="1" as="geometry" />
        </mxCell>
      </root>
    </mxGraphModel>
  </diagram>
  <diagram id="05 模型验证与 Release Gate" name="05 模型验证与 Release Gate">
    <mxGraphModel dx="1600" dy="900" grid="1" gridSize="10" guides="1" tooltips="1" connect="1" arrows="1" fold="1" page="1" pageScale="1" pageWidth="1920" pageHeight="1080" math="0" shadow="0">
      <root>
        <mxCell id="0" />
        <mxCell id="1" parent="0" />
        <mxCell id="05-2" value="模型验证与 Release Gate：长周期回测必须经过 OOS、walk-forward、参数和分组稳定性" style="rounded=0;whiteSpace=wrap;html=1;fillColor=#1f2937;strokeColor=#1f2937;fontColor=#ffffff;fontStyle=1;fontSize=20;align=center;verticalAlign=middle;" vertex="1" parent="1">
          <mxGeometry x="40" y="30" width="1840" height="70" as="geometry" />
        </mxCell>
        <mxCell id="05-3" value="已具备评审材料&#xa;portfolioBacktestFormalReviewReady=true&#xa;manualDraftReady=true&#xa;paperSandboxReviewReady=true&#xa;interactiveStrategyBacktestReady=true&#xa;longHorizonRealDataBacktestReady=true" style="rounded=1;whiteSpace=wrap;html=1;spacing=10;fontSize=13;align=left;verticalAlign=top;fillColor=#d5e8d4;strokeColor=#82b366;fontColor=#1f2937;" vertex="1" parent="1">
          <mxGeometry x="70" y="150" width="360" height="220" as="geometry" />
        </mxCell>
        <mxCell id="05-4" value="OOS 样本外验证&#xa;训练期与样本外收益、胜率、尾部亏损必须对比。&#xa;样本外收益或超额收益为负时，不得 formal passed。" style="rounded=1;whiteSpace=wrap;html=1;spacing=10;fontSize=13;align=left;verticalAlign=top;fillColor=#fff2cc;strokeColor=#d6b656;fontColor=#1f2937;" vertex="1" parent="1">
          <mxGeometry x="500" y="150" width="380" height="220" as="geometry" />
        </mxCell>
        <mxCell id="05-5" value="Walk-forward 验证&#xa;至少 6 个窗口。&#xa;通过窗口比例不足或单窗口通过时，保持 warning/insufficient。" style="rounded=1;whiteSpace=wrap;html=1;spacing=10;fontSize=13;align=left;verticalAlign=top;fillColor=#fff2cc;strokeColor=#d6b656;fontColor=#1f2937;" vertex="1" parent="1">
          <mxGeometry x="950" y="150" width="380" height="220" as="geometry" />
        </mxCell>
        <mxCell id="05-6" value="参数敏感性&#xa;月度/季度再平衡、费用、滑点、分红现金/再投资等邻域重放。&#xa;不得用单点参数通过替代稳定性。" style="rounded=1;whiteSpace=wrap;html=1;spacing=10;fontSize=13;align=left;verticalAlign=top;fillColor=#fff2cc;strokeColor=#d6b656;fontColor=#1f2937;" vertex="1" parent="1">
          <mxGeometry x="1400" y="150" width="390" height="220" as="geometry" />
        </mxCell>
        <mxCell id="05-7" value="分组稳定性&#xa;行业、市场状态、流动性、市值分组。&#xa;分组样本不足时保持 insufficient，不升级 passed。" style="rounded=1;whiteSpace=wrap;html=1;spacing=10;fontSize=13;align=left;verticalAlign=top;fillColor=#fff2cc;strokeColor=#d6b656;fontColor=#1f2937;" vertex="1" parent="1">
          <mxGeometry x="70" y="460" width="360" height="220" as="geometry" />
        </mxCell>
        <mxCell id="05-8" value="人工签核&#xa;manualSignoffAudit.status=missing&#xa;数据、模型、风控、合规、最终 release 缺一不可。" style="rounded=1;whiteSpace=wrap;html=1;spacing=10;fontSize=13;align=left;verticalAlign=top;fillColor=#f8cecc;strokeColor=#b85450;fontColor=#1f2937;" vertex="1" parent="1">
          <mxGeometry x="500" y="460" width="380" height="220" as="geometry" />
        </mxCell>
        <mxCell id="05-9" value="Release Gate&#xa;releaseGateAudit.status=blocked&#xa;任一 gate 未通过时：formalTradingUnlocked=false / canCreateOrder=false / orderCreateAllowed=false。" style="rounded=1;whiteSpace=wrap;html=1;spacing=10;fontSize=13;align=left;verticalAlign=top;fillColor=#f4cccc;strokeColor=#cc0000;fontColor=#990000;" vertex="1" parent="1">
          <mxGeometry x="950" y="460" width="380" height="220" as="geometry" />
        </mxCell>
        <mxCell id="05-10" value="最终结论&#xa;当前已完成长周期真实数据 replay 与 formal-review-ready。&#xa;仍未完成：formal validation passed / manual signoff / release gate。&#xa;可以声明：longHorizonRealDataBacktestReady=true / formal-review-ready / manual-draft-ready。&#xa;不能声明：formal-trading-ready / order-create-ready / auto-trade-ready。" style="rounded=1;whiteSpace=wrap;html=1;spacing=10;fontSize=13;align=left;verticalAlign=top;fillColor=#f4cccc;strokeColor=#cc0000;fontColor=#990000;" vertex="1" parent="1">
          <mxGeometry x="1400" y="460" width="390" height="220" as="geometry" />
        </mxCell>
      </root>
    </mxGraphModel>
  </diagram>
  <diagram id="06 开发及验收计划" name="06 开发及验收计划">
    <mxGraphModel dx="1600" dy="900" grid="1" gridSize="10" guides="1" tooltips="1" connect="1" arrows="1" fold="1" page="1" pageScale="1" pageWidth="1920" pageHeight="1080" math="0" shadow="0">
      <root>
        <mxCell id="0" />
        <mxCell id="1" parent="0" />
-         <mxCell id="06-2" value="开发及验收计划：FTR-1 到 FTR-6，完成后用户能完成正式交易 release 前置评审路径" style="rounded=0;whiteSpace=wrap;html=1;fillColor=#1f2937;strokeColor=#1f2937;fontColor=#ffffff;fontStyle=1;fontSize=20;align=center;verticalAlign=middle;" vertex="1" parent="1">
+         <mxCell id="06-2" value="开发及验收计划：FTR-1 到 FTR-6，文档已完成本阶段收口；后续实现后用户能完成正式交易 release 前置评审路径" style="rounded=0;whiteSpace=wrap;html=1;fillColor=#1f2937;strokeColor=#1f2937;fontColor=#ffffff;fontStyle=1;fontSize=20;align=center;verticalAlign=middle;" vertex="1" parent="1">
          <mxGeometry x="40" y="30" width="1840" height="70" as="geometry" />
        </mxCell>
        <mxCell id="06-3" value="Done-D1 长周期真实数据覆盖&#xa;实现：1年/3年/5年/custom replay 已使用免费真实行情补齐核心样本&#xa;产物：19_long_horizon_data_coverage_audit.json / 20_multi_period_backtest_result.json&#xa;验收：1年/3年/5年覆盖率均 &gt;=80%，当前 96.43%/95.90%/95.71%&#xa;用户效果：可比较 7 个策略的长周期曲线与指标。" style="rounded=1;whiteSpace=wrap;html=1;spacing=10;fontSize=13;align=left;verticalAlign=top;fillColor=#d5e8d4;strokeColor=#82b366;fontColor=#1f2937;" vertex="1" parent="1">
          <mxGeometry x="60" y="140" width="560" height="230" as="geometry" />
        </mxCell>
        <mxCell id="06-4" value="FTR-1 正式数据治理&#xa;实现：FormalDataProviderService / 字段级 sourceProvider、asOfDate、freshness、coverage、crossCheck、evidenceRefs&#xa;产物：15_data_governance_audit.json&#xa;验收：免费源、proxy、手工补录不得标为 official_authorized&#xa;用户效果：能看到每个关键字段来自哪里、是否新鲜、是否阻断 release。" style="rounded=1;whiteSpace=wrap;html=1;spacing=10;fontSize=13;align=left;verticalAlign=top;fillColor=#fff2cc;strokeColor=#d6b656;fontColor=#1f2937;" vertex="1" parent="1">
          <mxGeometry x="680" y="140" width="560" height="230" as="geometry" />
        </mxCell>
        <mxCell id="06-5" value="FTR-2 可信 Benchmark 与分红总回报&#xa;实现：PortfolioBenchmarkService、dividendContribution、ex-dividend adjustment、benchmarkQualification&#xa;产物：16_benchmark_qualification_audit.json / dividend_total_return_audit.json&#xa;验收：free-source 可 formal-review-ready，proxy 不得 formal passed，官方/可信 total-return 缺失仍阻断 release&#xa;用户效果：能区分价格收益、分红收益、benchmark 差异和 benchmark 资格。" style="rounded=1;whiteSpace=wrap;html=1;spacing=10;fontSize=13;align=left;verticalAlign=top;fillColor=#fff2cc;strokeColor=#d6b656;fontColor=#1f2937;" vertex="1" parent="1">
          <mxGeometry x="1300" y="140" width="560" height="230" as="geometry" />
        </mxCell>
        <mxCell id="06-6" value="FTR-3 Formal validation&#xa;实现：OOS、walk-forward、参数敏感性、行业/市场/流动性分组稳定性、failure taxonomy&#xa;产物：17_formal_validation_audit.json&#xa;验收：任一 warning/insufficient/failed 均阻断 release；单窗口或单点参数不得 passed&#xa;用户效果：知道策略是否跨窗口、跨参数、跨分组稳定。" style="rounded=1;whiteSpace=wrap;html=1;spacing=10;fontSize=13;align=left;verticalAlign=top;fillColor=#f8cecc;strokeColor=#b85450;fontColor=#1f2937;" vertex="1" parent="1">
          <mxGeometry x="60" y="430" width="560" height="230" as="geometry" />
        </mxCell>
        <mxCell id="06-7" value="FTR-4 人工签核与可视化验收&#xa;实现：ManualSignoffService、data/model/risk/compliance/final_release 多角色签核、自动化浏览器验收截图&#xa;产物：18_manual_signoff_audit.json / acceptance-report.html&#xa;验收：缺任一角色签核或用户路径截图失败，release blocked&#xa;用户效果：人类能复核策略、数据、风险、页面路径和阻断项。" style="rounded=1;whiteSpace=wrap;html=1;spacing=10;fontSize=13;align=left;verticalAlign=top;fillColor=#fff2cc;strokeColor=#d6b656;fontColor=#1f2937;" vertex="1" parent="1">
          <mxGeometry x="680" y="430" width="560" height="230" as="geometry" />
        </mxCell>
        <mxCell id="06-8" value="FTR-5/FTR-6 执行隔离与 Release Gate&#xa;实现：paperOrderIntents、executionIsolationAudit、releaseGateAudit、SUMMARY_FOR_GPT 聚合&#xa;产物：13_execution_isolation_audit.json / 14_release_gate_audit.json&#xa;验收：productionAdapterEnabled=false 时不能下单；缺数据、benchmark、validation、签核任一项时 blocked&#xa;用户效果：看到正式交易 release 还差什么，且不会误触实盘订单。" style="rounded=1;whiteSpace=wrap;html=1;spacing=10;fontSize=13;align=left;verticalAlign=top;fillColor=#f4cccc;strokeColor=#cc0000;fontColor=#990000;" vertex="1" parent="1">
          <mxGeometry x="1300" y="430" width="560" height="230" as="geometry" />
        </mxCell>
-         <mxCell id="06-9" value="命令验收&#xa;node docs/read-drawio.mjs docs/target-architecture-gap.drawio&#xa;rg 状态词典与 hard boundary&#xa;git diff --check -- docs&#xa;后续代码阶段：test:portfolio-backtest-api-contract / test:portfolio-backtest-formal-review-readiness / frontend build / HTML 可视化验收" style="rounded=1;whiteSpace=wrap;html=1;spacing=10;fontSize=13;align=left;verticalAlign=top;fillColor=#ffffff;strokeColor=#999999;fontColor=#1f2937;" vertex="1" parent="1">
+         <mxCell id="06-9" value="命令验收&#xa;node docs/read-drawio.mjs docs/target-architecture-gap.drawio&#xa;drawioPageCount=7 且 &lt;=8&#xa;rg 状态词典与 hard boundary&#xa;git diff --check -- docs&#xa;后续代码阶段：test:portfolio-backtest-api-contract / test:portfolio-backtest-formal-review-readiness / frontend build / HTML 可视化验收" style="rounded=1;whiteSpace=wrap;html=1;spacing=10;fontSize=13;align=left;verticalAlign=top;fillColor=#ffffff;strokeColor=#999999;fontColor=#1f2937;" vertex="1" parent="1">
          <mxGeometry x="60" y="730" width="1800" height="180" as="geometry" />
        </mxCell>
      </root>
    </mxGraphModel>
  </diagram>
  <diagram id="07 里程碑与出门条件" name="07 里程碑与出门条件">
    <mxGraphModel dx="1600" dy="900" grid="1" gridSize="10" guides="1" tooltips="1" connect="1" arrows="1" fold="1" page="1" pageScale="1" pageWidth="1920" pageHeight="1080" math="0" shadow="0">
      <root>
        <mxCell id="0" />
        <mxCell id="1" parent="0" />
        <mxCell id="07-2" value="里程碑、出门条件与审计路径：明确能声明什么，不能声明什么" style="rounded=0;whiteSpace=wrap;html=1;fillColor=#1f2937;strokeColor=#1f2937;fontColor=#ffffff;fontStyle=1;fontSize=20;align=center;verticalAlign=middle;" vertex="1" parent="1">
          <mxGeometry x="40" y="30" width="1840" height="70" as="geometry" />
        </mxCell>
        <mxCell id="07-3" value="M1 文档出门&#xa;PRD、目标架构、drawio、计划、审计报告一致。&#xa;drawioPageCount=7 且 &lt;=8。&#xa;每个关键节点绑定真实实体。" style="rounded=1;whiteSpace=wrap;html=1;spacing=10;fontSize=13;align=left;verticalAlign=top;fillColor=#d5e8d4;strokeColor=#82b366;fontColor=#1f2937;" vertex="1" parent="1">
          <mxGeometry x="70" y="140" width="390" height="210" as="geometry" />
        </mxCell>
        <mxCell id="07-4" value="M2 长周期数据出门：已完成&#xa;1年/3年/5年/自定义区间覆盖报告完整。&#xa;当前覆盖：96.43% / 95.90% / 95.71% / 94.49%。&#xa;可声明 longHorizonRealDataBacktestReady=true，但仍不等于正式交易 release。" style="rounded=1;whiteSpace=wrap;html=1;spacing=10;fontSize=13;align=left;verticalAlign=top;fillColor=#d5e8d4;strokeColor=#82b366;fontColor=#1f2937;" vertex="1" parent="1">
          <mxGeometry x="520" y="140" width="390" height="210" as="geometry" />
        </mxCell>
        <mxCell id="07-5" value="M3 数据治理与 Benchmark 出门&#xa;正式 provider 字段级证据完整。&#xa;官方或可信 total-return benchmark 可审计。&#xa;free source / proxy 仍只用于 research 或 fallback。" style="rounded=1;whiteSpace=wrap;html=1;spacing=10;fontSize=13;align=left;verticalAlign=top;fillColor=#f8cecc;strokeColor=#b85450;fontColor=#1f2937;" vertex="1" parent="1">
          <mxGeometry x="970" y="140" width="390" height="210" as="geometry" />
        </mxCell>
        <mxCell id="07-6" value="M4 模型验证出门&#xa;OOS / walk-forward / 参数敏感性 / 分组稳定性均 passed。&#xa;17_formal_validation_audit.json 不再 warning。" style="rounded=1;whiteSpace=wrap;html=1;spacing=10;fontSize=13;align=left;verticalAlign=top;fillColor=#fff2cc;strokeColor=#d6b656;fontColor=#1f2937;" vertex="1" parent="1">
          <mxGeometry x="1420" y="140" width="390" height="210" as="geometry" />
        </mxCell>
        <mxCell id="07-7" value="M5 人工签核出门&#xa;数据、模型、风控、合规、最终 release 全部签核。&#xa;18_manual_signoff_audit.json 不再 missing。" style="rounded=1;whiteSpace=wrap;html=1;spacing=10;fontSize=13;align=left;verticalAlign=top;fillColor=#f8cecc;strokeColor=#b85450;fontColor=#1f2937;" vertex="1" parent="1">
          <mxGeometry x="70" y="420" width="390" height="210" as="geometry" />
        </mxCell>
        <mxCell id="07-8" value="M6 执行隔离出门&#xa;paper/sandbox 与 production order 隔离已可评审。&#xa;13_execution_isolation_audit.json 通过。&#xa;production adapter 仍保持 disabled，不能创建订单。" style="rounded=1;whiteSpace=wrap;html=1;spacing=10;fontSize=13;align=left;verticalAlign=top;fillColor=#d5e8d4;strokeColor=#82b366;fontColor=#1f2937;" vertex="1" parent="1">
          <mxGeometry x="520" y="420" width="390" height="210" as="geometry" />
        </mxCell>
        <mxCell id="07-9" value="M7 Release 评审出门&#xa;14_release_gate_audit.json 汇总全部 gate。&#xa;只有所有 gate 通过且人工批准，才可讨论正式交易 release；AUTO_TRADE 仍需独立项目。" style="rounded=1;whiteSpace=wrap;html=1;spacing=10;fontSize=13;align=left;verticalAlign=top;fillColor=#f4cccc;strokeColor=#cc0000;fontColor=#990000;" vertex="1" parent="1">
          <mxGeometry x="970" y="420" width="390" height="210" as="geometry" />
        </mxCell>
        <mxCell id="07-10" value="当前可声明&#xa;researchReady=true&#xa;portfolioBacktestFormalReviewReady=true&#xa;manualTradePlanDraftReviewReady=true&#xa;paperSandboxReviewReady=true&#xa;longHorizonRealDataBacktestReady=true" style="rounded=1;whiteSpace=wrap;html=1;spacing=10;fontSize=13;align=left;verticalAlign=top;fillColor=#d5e8d4;strokeColor=#82b366;fontColor=#1f2937;" vertex="1" parent="1">
          <mxGeometry x="1420" y="420" width="390" height="210" as="geometry" />
        </mxCell>
-         <mxCell id="07-11" value="当前不能声明&#xa;formalTradingUnlocked 不得为 true&#xa;autoTradeUnlocked 不得为 true&#xa;orderCreateAllowed 不得为 true&#xa;canCreateOrder 不得为 true&#xa;formal ADD / REDUCE released 不得出现&#xa;auto rebalance ready 不得出现" style="rounded=1;whiteSpace=wrap;html=1;spacing=10;fontSize=13;align=left;verticalAlign=top;fillColor=#f4cccc;strokeColor=#cc0000;fontColor=#990000;" vertex="1" parent="1">
+         <mxCell id="07-11" value="当前不能声明&#xa;formalTradingUnlocked 不得为 true&#xa;autoTradeUnlocked 不得为 true&#xa;orderCreateAllowed 不得为 true&#xa;canCreateOrder 不得为 true&#xa;不得出现正式 ADD / REDUCE 已发布&#xa;不得出现自动再平衡 ready" style="rounded=1;whiteSpace=wrap;html=1;spacing=10;fontSize=13;align=left;verticalAlign=top;fillColor=#f4cccc;strokeColor=#cc0000;fontColor=#990000;" vertex="1" parent="1">
          <mxGeometry x="70" y="700" width="390" height="220" as="geometry" />
        </mxCell>
        <mxCell id="07-12" value="必须审计的文档路径&#xa;docs/FORMAL_TRADING_RELEASE_DEVELOPMENT_ACCEPTANCE_PLAN.md&#xa;docs/FORMAL_TRADING_RELEASE_DOC_AUDIT.md&#xa;docs/TARGET_ARCHITECTURE_GAP.md&#xa;docs/ARCHITECTURE_CURRENT_TARGET.md&#xa;docs/DIVIDEND_LOW_VOL_PRD.md&#xa;docs/PORTFOLIO_STRATEGY_BACKTEST_PLAN.md&#xa;docs/target-architecture-gap.drawio&#xa;docs/read-drawio-output.txt&#xa;backend/data/gpt-audit/interactive-strategy-backtest/latest/SUMMARY_FOR_GPT.md" style="rounded=1;whiteSpace=wrap;html=1;spacing=10;fontSize=13;align=left;verticalAlign=top;fillColor=#ffffff;strokeColor=#999999;fontColor=#1f2937;" vertex="1" parent="1">
          <mxGeometry x="520" y="700" width="840" height="220" as="geometry" />
        </mxCell>
        <mxCell id="07-13" value="风险与备选路线&#xa;路线A：免费源优先，严格 evidence/freshness，适合 research/formal-review-ready。&#xa;路线B：正式 provider 优先，可信度高但依赖 token、权限和成本。&#xa;路线C：免费源 + 本地缓存 + proxy 明示 + 后续 provider 升级（推荐）。&#xa;任一路线都不得把 proxy benchmark 或签核缺失包装成 formal trading release。" style="rounded=1;whiteSpace=wrap;html=1;spacing=10;fontSize=13;align=left;verticalAlign=top;fillColor=#fff2cc;strokeColor=#d6b656;fontColor=#1f2937;" vertex="1" parent="1">
          <mxGeometry x="1420" y="700" width="390" height="220" as="geometry" />
        </mxCell>
      </root>
    </mxGraphModel>
  </diagram>
</mxfile>
